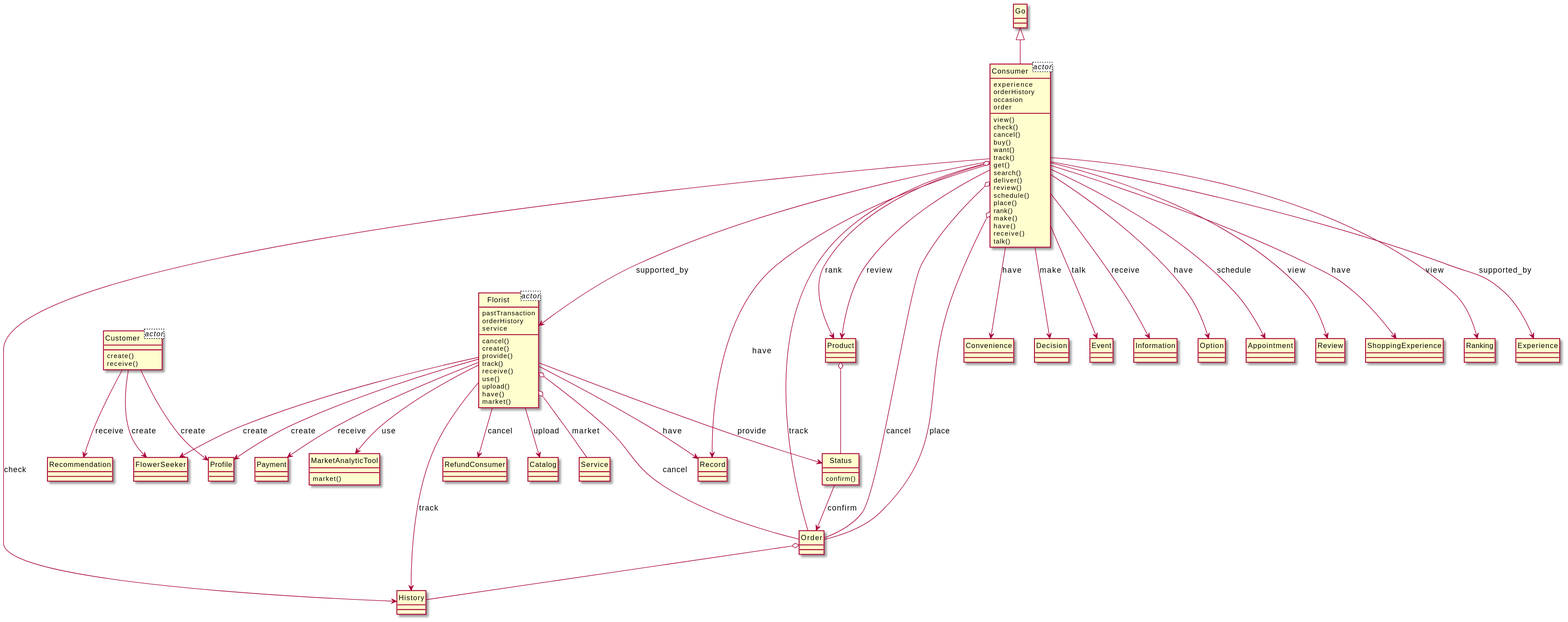
The PlantUML diagram output/diagram_5/2014-USC-Project04.svg in xixixhalu/DomainModelExtractor, before a commit. The source it was exported from:
```plantuml
@startuml
hide circle
class Consumer<actor> {
	experience
	orderHistory
	occasion
	order
}
class Florist<actor> {
	pastTransaction
	orderHistory
	service
}
class Customer<actor> {
}
class History {
}
class Status {
	confirm()
}
class Consumer {
	view()
	check()
	cancel()
	buy()
	want()
	track()
	get()
	search()
	deliver()
	review()
	schedule()
	place()
	rank()
	make()
	have()
	receive()
	talk()
}
class Order {
}
class Florist {
	cancel()
	create()
	provide()
	track()
	receive()
	use()
	upload()
	have()
	market()
}
class RefundConsumer {
}
class Catalog {
}
class Customer {
	create()
	receive()
}
class Profile {
}
class Recommendation {
}
class Product {
}
class Record {
}
class Service {
}
class Convenience {
}
class Decision {
}
class Event {
}
class FlowerSeeker {
}
class Information {
}
class Option {
}
class Payment {
}
class Appointment {
}
class Review {
}
class MarketAnalyticTool {
	market()
}
class ShoppingExperience {
}
class Ranking {
}
class Go {
}
class Experience {
}
Customer --> Profile : create
Consumer --> Ranking : view
Go <|-- Consumer
Florist --> History : track
Customer --> Recommendation : receive
Consumer --> Experience : supported_by
Consumer --> Information : receive
Florist --> Catalog : upload
Consumer --> Product : rank
Florist --> Record : have
Product o-- Status
Florist --> FlowerSeeker : create
Consumer --> Florist : supported_by
Consumer --> Record : have
Consumer o-- Order : track
Order o-- History
Consumer --> Option : have
Consumer o-- Order : cancel
Status --> Order : confirm
Florist --> Profile : create
Florist --> Payment : receive
Consumer --> Appointment : schedule
Florist o-- Service : market
Florist --> RefundConsumer : cancel
Consumer --> Product : review
Consumer --> Convenience : have
Consumer --> Review : view
Consumer --> Event : talk
Florist o-- Order : cancel
Florist --> Status : provide
Consumer --> Decision : make
Florist --> MarketAnalyticTool : use
Customer --> FlowerSeeker : create
Consumer --> History : check
Consumer --> ShoppingExperience : have
Consumer o-- Order : place
@enduml
```
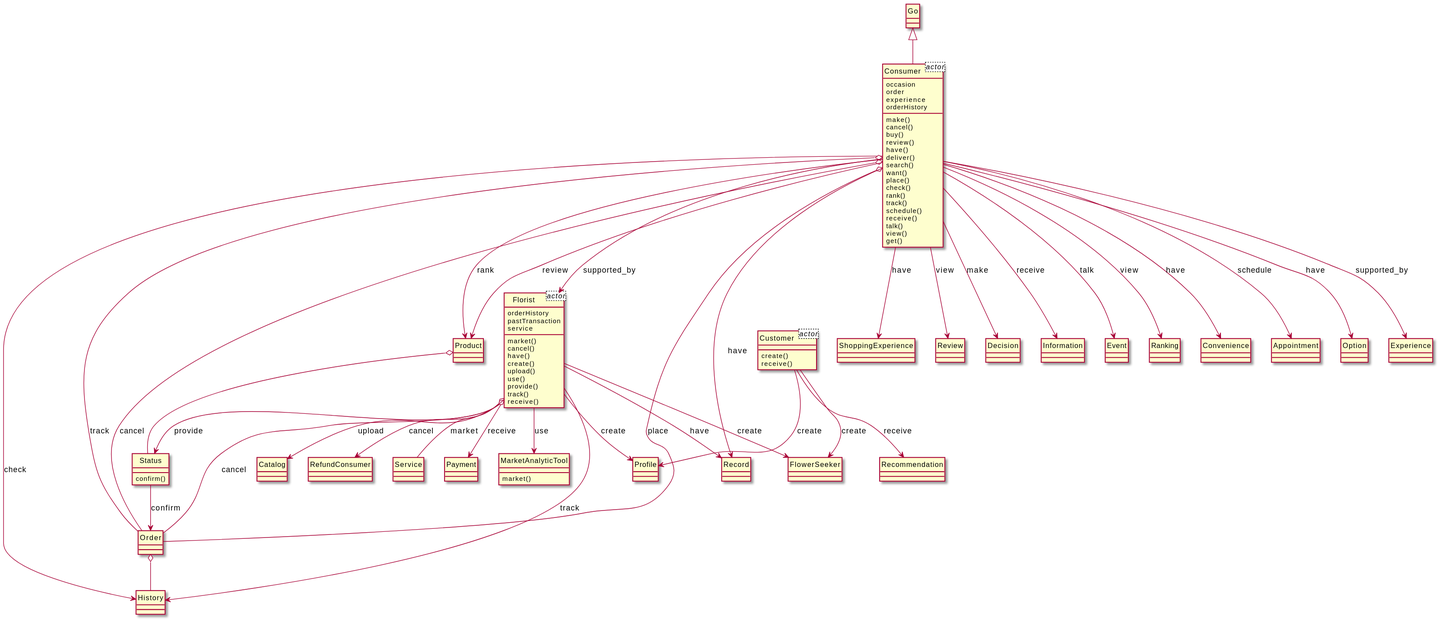
The same diagram one commit later.

The edit, as a diff of the source:
```diff
@@ -1,58 +1,65 @@
 @startuml
 hide circle
 class Consumer<actor> {
+	occasion
+	order
 	experience
 	orderHistory
-	occasion
-	order
 }
 class Florist<actor> {
+	orderHistory
 	pastTransaction
-	orderHistory
 	service
 }
 class Customer<actor> {
 }
-class History {
-}
 class Status {
 	confirm()
 }
+class History {
+}
+class Florist {
+	market()
+	cancel()
+	have()
+	create()
+	upload()
+	use()
+	provide()
+	track()
+	receive()
+}
+class RefundConsumer {
+}
 class Consumer {
-	view()
-	check()
+	make()
 	cancel()
 	buy()
+	review()
+	have()
+	deliver()
+	search()
 	want()
+	place()
+	check()
+	rank()
 	track()
-	get()
-	search()
-	deliver()
-	review()
 	schedule()
-	place()
-	rank()
-	make()
-	have()
 	receive()
 	talk()
+	view()
+	get()
 }
 class Order {
 }
-class Florist {
-	cancel()
-	create()
-	provide()
-	track()
-	receive()
-	use()
-	upload()
-	have()
+class Product {
+}
+class ShoppingExperience {
+}
+class MarketAnalyticTool {
 	market()
 }
-class RefundConsumer {
-}
-class Catalog {
+class FlowerSeeker {
 }
 class Customer {
 	create()
@@ -62,75 +69,68 @@
 }
 class Recommendation {
 }
-class Product {
+class Review {
+}
+class Catalog {
+}
+class Decision {
+}
+class Information {
 }
 class Record {
 }
+class Event {
+}
 class Service {
+}
+class Ranking {
+}
+class Payment {
 }
 class Convenience {
 }
-class Decision {
-}
-class Event {
-}
-class FlowerSeeker {
-}
-class Information {
+class Appointment {
 }
 class Option {
-}
-class Payment {
-}
-class Appointment {
-}
-class Review {
-}
-class MarketAnalyticTool {
-	market()
-}
-class ShoppingExperience {
-}
-class Ranking {
 }
 class Go {
 }
 class Experience {
 }
+Consumer --> Appointment : schedule
+Consumer --> History : check
+Florist --> MarketAnalyticTool : use
+Consumer --> Option : have
+Go <|-- Consumer
+Consumer o-- Order : cancel
+Florist --> Profile : create
+Florist --> FlowerSeeker : create
+Consumer --> Product : rank
+Product o-- Status
+Consumer --> Record : have
+Consumer --> Experience : supported_by
+Florist --> Record : have
+Consumer --> Florist : supported_by
 Customer --> Profile : create
+Consumer --> Event : talk
+Status --> Order : confirm
+Customer --> Recommendation : receive
+Consumer --> Product : review
+Florist o-- Service : market
+Florist --> History : track
+Customer --> FlowerSeeker : create
+Consumer --> ShoppingExperience : have
+Consumer --> Review : view
+Consumer o-- Order : track
 Consumer --> Ranking : view
-Go <|-- Consumer
-Florist --> History : track
-Customer --> Recommendation : receive
-Consumer --> Experience : supported_by
+Florist --> Catalog : upload
+Florist --> Payment : receive
 Consumer --> Information : receive
-Florist --> Catalog : upload
-Consumer --> Product : rank
-Florist --> Record : have
-Product o-- Status
-Florist --> FlowerSeeker : create
-Consumer --> Florist : supported_by
-Consumer --> Record : have
-Consumer o-- Order : track
 Order o-- History
-Consumer --> Option : have
-Consumer o-- Order : cancel
-Status --> Order : confirm
-Florist --> Profile : create
-Florist --> Payment : receive
-Consumer --> Appointment : schedule
-Florist o-- Service : market
+Florist --> Status : provide
+Consumer o-- Order : place
+Consumer --> Convenience : have
+Consumer --> Decision : make
+Florist o-- Order : cancel
 Florist --> RefundConsumer : cancel
-Consumer --> Product : review
-Consumer --> Convenience : have
-Consumer --> Review : view
-Consumer --> Event : talk
-Florist o-- Order : cancel
-Florist --> Status : provide
-Consumer --> Decision : make
-Florist --> MarketAnalyticTool : use
-Customer --> FlowerSeeker : create
-Consumer --> History : check
-Consumer --> ShoppingExperience : have
-Consumer o-- Order : place
 @enduml
```
